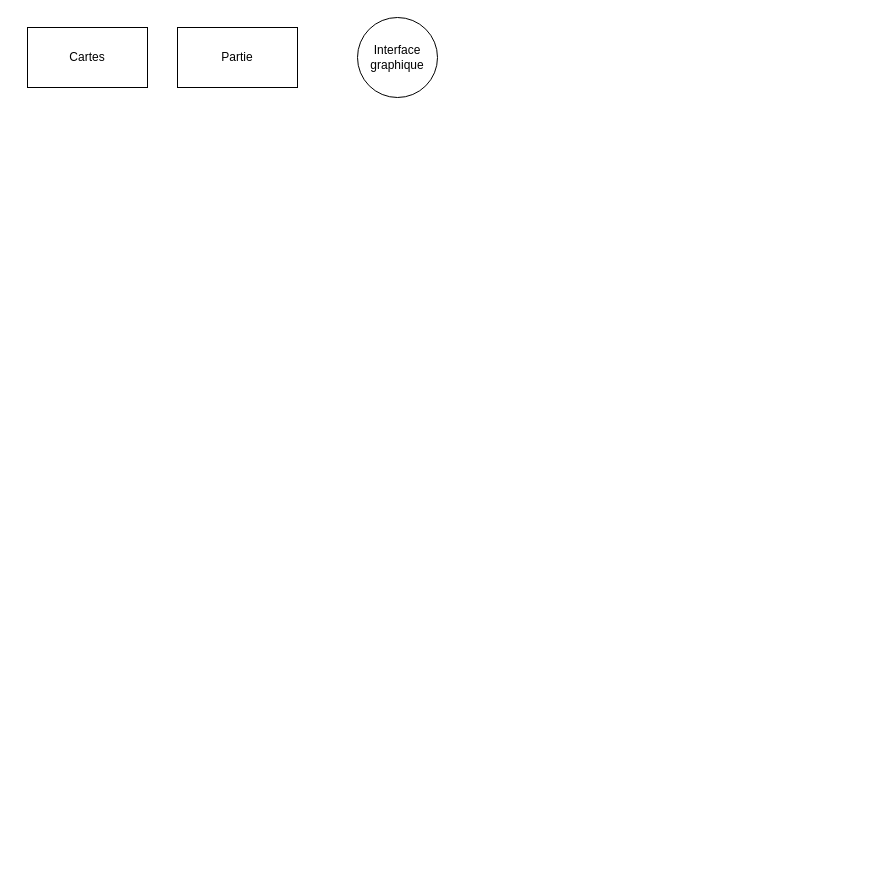
This is uno_proyect.drawio from Nooguat/odin, a draw.io file, before an edit. Source tidied: cells renumbered, new cells numbered last; positions are measured from the earlier drawing's top-left corner, leaving out a move shared by most shapes. Both pictures are drawn from the tidied source at 100%, with x=0, y=0 at pixel (27, 17).
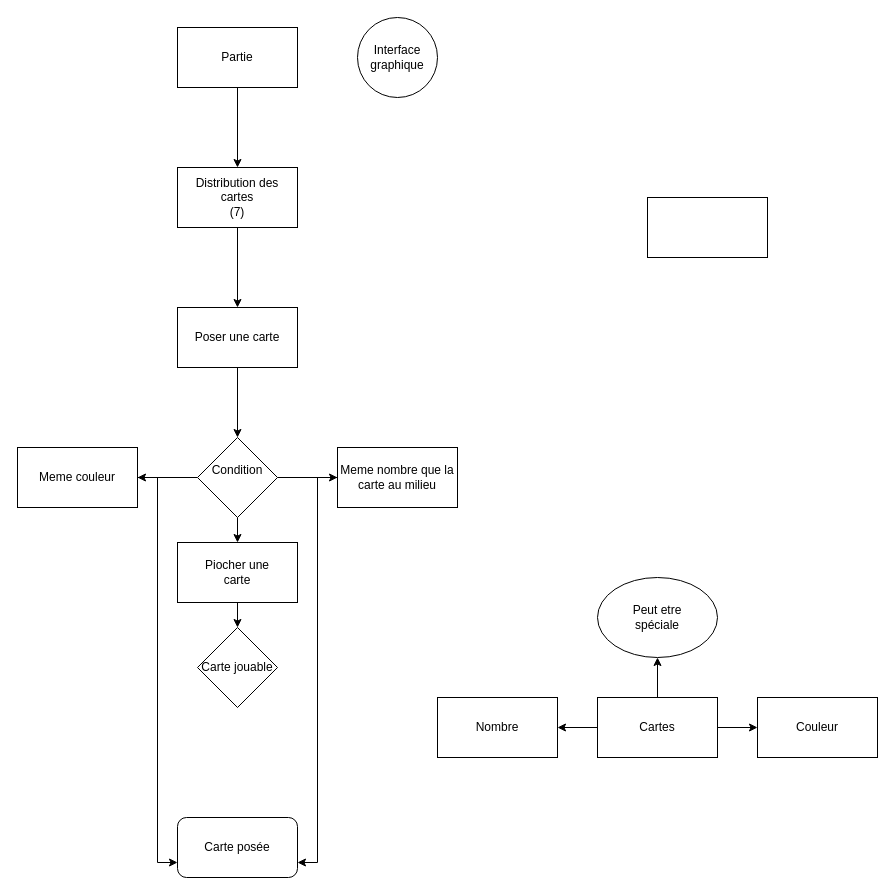
The same diagram, later.

Unchanged cells that the change refers to:
```xml
<mxCell id="4" value="&lt;div&gt;Partie&lt;/div&gt;" style="rounded=0;whiteSpace=wrap;html=1;" parent="1" vertex="1">
  <mxGeometry x="150" y="10" width="120" height="60" as="geometry" />
</mxCell>
```

The edit, as a diff of the source:
```diff
@@
+    <mxCell id="5" style="edgeStyle=orthogonalEdgeStyle;rounded=0;jettySize=auto;html=1;" parent="1" edge="1" source="2" target="25">
+      <mxGeometry relative="1" as="geometry" />
+    </mxCell>
+    <mxCell id="6" style="edgeStyle=orthogonalEdgeStyle;rounded=0;jettySize=auto;html=1;" parent="1" edge="1" source="2" target="26">
+      <mxGeometry relative="1" as="geometry" />
+    </mxCell>
+    <mxCell id="7" style="edgeStyle=orthogonalEdgeStyle;rounded=0;jettySize=auto;html=1;" parent="1" edge="1" source="2" target="27">
+      <mxGeometry relative="1" as="geometry" />
+    </mxCell>
     <mxCell id="2" value="&lt;div&gt;Cartes&lt;/div&gt;" style="rounded=0;whiteSpace=wrap;html=1;" parent="1" vertex="1">
-      <mxGeometry y="10" width="120" height="60" as="geometry" />
+      <mxGeometry x="570" y="680" width="120" height="60" as="geometry" />
     </mxCell>
@@
+    <mxCell id="8" style="edgeStyle=orthogonalEdgeStyle;rounded=0;jettySize=auto;html=1;" parent="1" edge="1" source="4" target="10">
+      <mxGeometry relative="1" as="geometry" />
+    </mxCell>
@@
+    <mxCell id="9" style="edgeStyle=orthogonalEdgeStyle;rounded=0;jettySize=auto;html=1;" parent="1" edge="1" source="10" target="12">
+      <mxGeometry relative="1" as="geometry" />
+    </mxCell>
+    <mxCell id="10" value="&lt;div&gt;Distribution des &lt;br&gt;&lt;/div&gt;&lt;div&gt;cartes&lt;/div&gt;&lt;div&gt;(7)&lt;br&gt;&lt;/div&gt;" style="whiteSpace=wrap;html=1;rounded=0;" parent="1" vertex="1">
+      <mxGeometry x="150" y="150" width="120" height="60" as="geometry" />
+    </mxCell>
+    <mxCell id="11" style="edgeStyle=orthogonalEdgeStyle;rounded=0;jettySize=auto;html=1;" parent="1" edge="1" source="12" target="16">
+      <mxGeometry relative="1" as="geometry" />
+    </mxCell>
+    <mxCell id="12" value="Poser une carte" style="whiteSpace=wrap;html=1;rounded=0;" parent="1" vertex="1">
+      <mxGeometry x="150" y="290" width="120" height="60" as="geometry" />
+    </mxCell>
+    <mxCell id="13" style="edgeStyle=orthogonalEdgeStyle;rounded=0;jettySize=auto;html=1;" parent="1" edge="1" source="16" target="18">
+      <mxGeometry relative="1" as="geometry" />
+    </mxCell>
+    <mxCell id="14" style="edgeStyle=orthogonalEdgeStyle;rounded=0;jettySize=auto;html=1;" parent="1" edge="1" source="16" target="20">
+      <mxGeometry relative="1" as="geometry" />
+    </mxCell>
+    <mxCell id="15" style="edgeStyle=orthogonalEdgeStyle;rounded=0;jettySize=auto;html=1;" parent="1" edge="1" source="16" target="23">
+      <mxGeometry relative="1" as="geometry" />
+    </mxCell>
+    <mxCell id="16" value="&lt;div&gt;Condition &lt;br&gt;&lt;/div&gt;&lt;div&gt;&lt;br&gt;&lt;/div&gt;" style="rhombus;whiteSpace=wrap;html=1;rounded=0;" parent="1" vertex="1">
+      <mxGeometry x="170" y="420" width="80" height="80" as="geometry" />
+    </mxCell>
+    <mxCell id="17" style="edgeStyle=orthogonalEdgeStyle;rounded=0;jettySize=auto;html=1;entryX=1;entryY=0.75;entryDx=0;entryDy=0;" parent="1" edge="1" source="18" target="21">
+      <mxGeometry relative="1" as="geometry" />
+    </mxCell>
+    <mxCell id="18" value="&lt;div&gt;Meme nombre que la &lt;br&gt;&lt;/div&gt;&lt;div&gt;carte au milieu&lt;br&gt;&lt;/div&gt;" style="whiteSpace=wrap;html=1;rounded=0;" parent="1" vertex="1">
+      <mxGeometry x="310" y="430" width="120" height="60" as="geometry" />
+    </mxCell>
+    <mxCell id="19" style="edgeStyle=orthogonalEdgeStyle;rounded=0;jettySize=auto;html=1;entryX=0;entryY=0.75;entryDx=0;entryDy=0;" parent="1" edge="1" source="20" target="21">
+      <mxGeometry relative="1" as="geometry" />
+    </mxCell>
+    <mxCell id="20" value="Meme couleur" style="whiteSpace=wrap;html=1;rounded=0;" parent="1" vertex="1">
+      <mxGeometry x="-10" y="430" width="120" height="60" as="geometry" />
+    </mxCell>
+    <mxCell id="21" value="Carte posée" style="rounded=1;whiteSpace=wrap;html=1;" parent="1" vertex="1">
+      <mxGeometry x="150" y="800" width="120" height="60" as="geometry" />
+    </mxCell>
+    <mxCell id="22" style="edgeStyle=orthogonalEdgeStyle;rounded=0;jettySize=auto;html=1;" parent="1" edge="1" source="23" target="24">
+      <mxGeometry relative="1" as="geometry" />
+    </mxCell>
+    <mxCell id="23" value="&lt;div&gt;Piocher une &lt;br&gt;&lt;/div&gt;&lt;div&gt;carte&lt;br&gt;&lt;/div&gt;" style="rounded=0;whiteSpace=wrap;html=1;" parent="1" vertex="1">
+      <mxGeometry x="150" y="525" width="120" height="60" as="geometry" />
+    </mxCell>
+    <mxCell id="24" value="Carte jouable" style="rhombus;whiteSpace=wrap;html=1;rounded=0;" parent="1" vertex="1">
+      <mxGeometry x="170" y="610" width="80" height="80" as="geometry" />
+    </mxCell>
+    <mxCell id="25" value="&lt;div&gt;Peut etre &lt;br&gt;&lt;/div&gt;&lt;div&gt;spéciale&lt;/div&gt;" style="ellipse;whiteSpace=wrap;html=1;rounded=0;" parent="1" vertex="1">
+      <mxGeometry x="570" y="560" width="120" height="80" as="geometry" />
+    </mxCell>
+    <mxCell id="26" value="Nombre" style="whiteSpace=wrap;html=1;rounded=0;" parent="1" vertex="1">
+      <mxGeometry x="410" y="680" width="120" height="60" as="geometry" />
+    </mxCell>
+    <mxCell id="27" value="Couleur" style="whiteSpace=wrap;html=1;rounded=0;" parent="1" vertex="1">
+      <mxGeometry x="730" y="680" width="120" height="60" as="geometry" />
+    </mxCell>
+    <mxCell id="28" style="rounded=0;whiteSpace=wrap;html=1;" parent="1" vertex="1">
+      <mxGeometry x="620" y="180" width="120" height="60" as="geometry" />
+    </mxCell>
```
